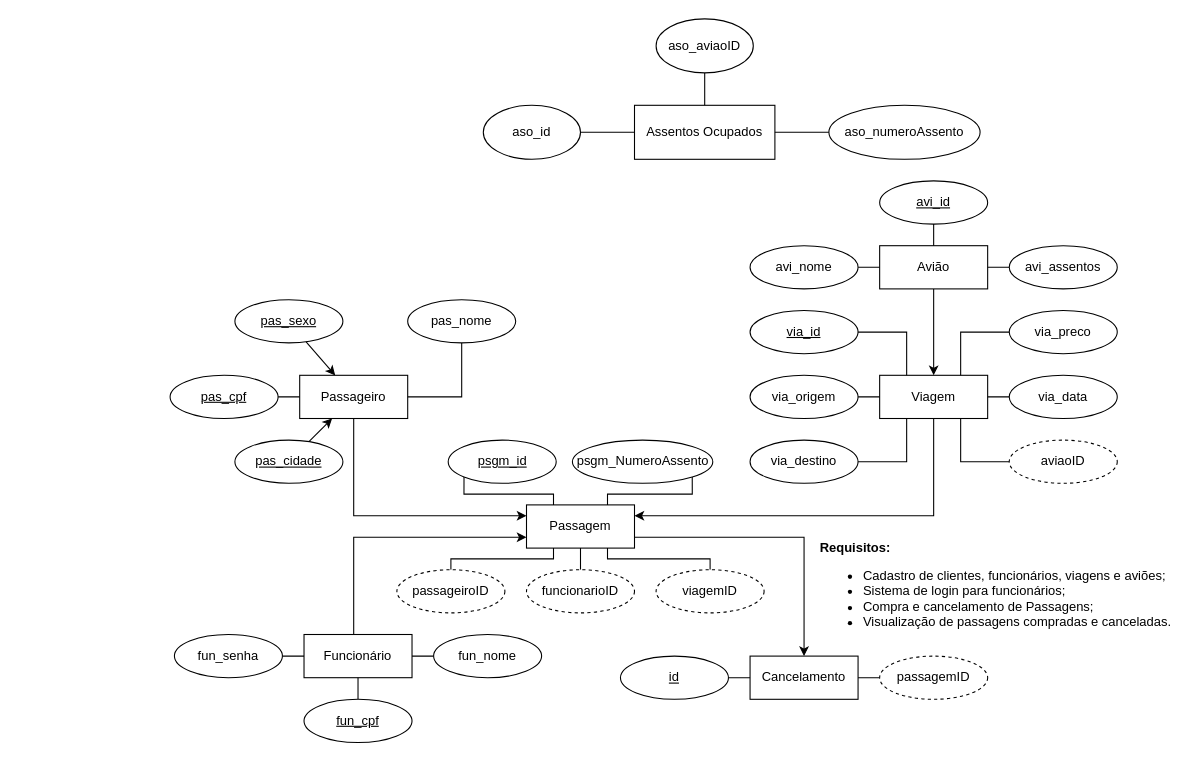
luan-adao/AeroDev01 keeps this draw.io diagram as Documentos/AeroDevDiagrama-v02(2).drawio. Above is the earlier version. Source tidied: cells renumbered, new cells numbered last; positions are measured from the earlier drawing's top-left corner, leaving out a move shared by most shapes. Both pictures are drawn from the tidied source at 108%, with x=0, y=0 at pixel (170, 18).
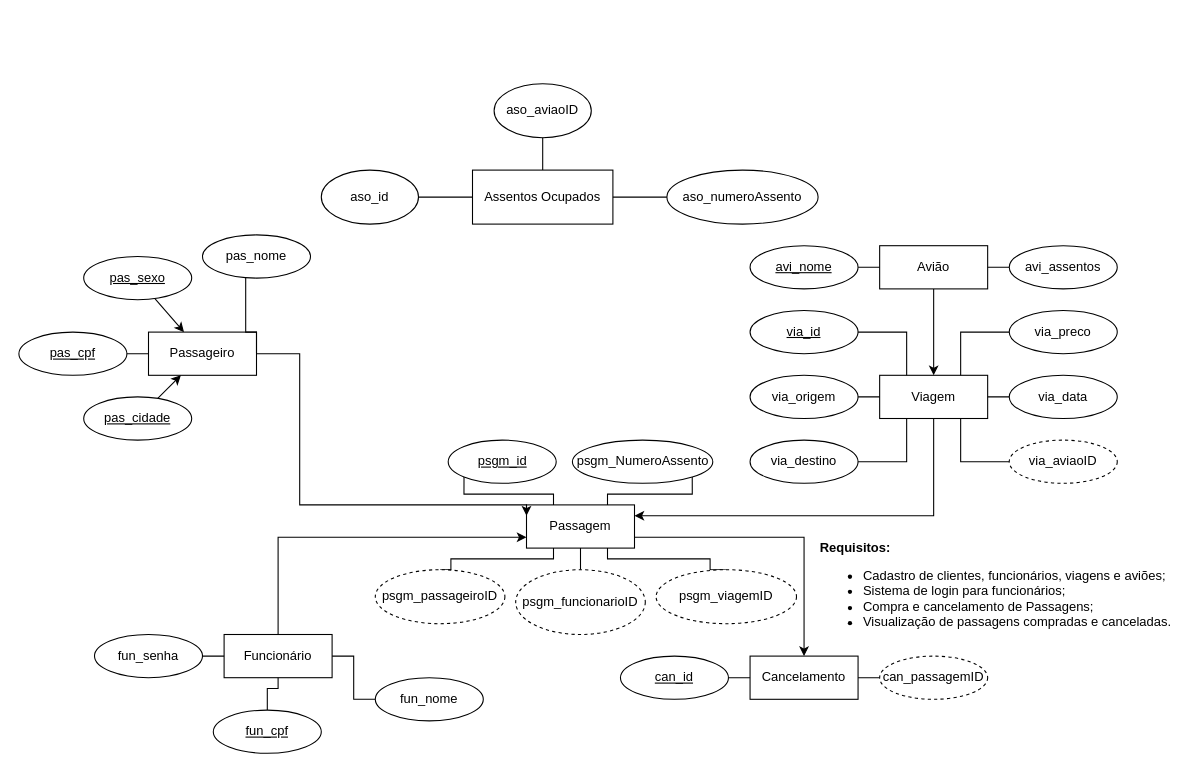
The same diagram, later.

Unchanged cells that the change refers to:
```xml
<mxCell id="3" value="Passagem" style="whiteSpace=wrap;html=1;align=center;" parent="1" vertex="1">
  <mxGeometry x="330" y="450" width="100" height="40" as="geometry" />
</mxCell>
<mxCell id="11" value="Avião" style="whiteSpace=wrap;html=1;align=center;" parent="1" vertex="1">
  <mxGeometry x="657" y="210" width="100" height="40" as="geometry" />
</mxCell>
```

The edit, as a diff of the source:
```diff
@@
     <mxCell id="4" style="edgeStyle=orthogonalEdgeStyle;rounded=0;jettySize=auto;html=1;entryX=0;entryY=0.75;entryDx=0;entryDy=0;endArrow=classic;endFill=1;" parent="1" edge="1" source="5" target="3">
       <mxGeometry relative="1" as="geometry">
         <Array as="points">
-          <mxPoint x="170" y="480" />
+          <mxPoint x="100" y="480" />
         </Array>
       </mxGeometry>
     </mxCell>
     <mxCell id="5" value="Funcionário" style="whiteSpace=wrap;html=1;align=center;" parent="1" vertex="1">
-      <mxGeometry x="124" y="570" width="100" height="40" as="geometry" />
+      <mxGeometry x="50" y="570" width="100" height="40" as="geometry" />
     </mxCell>
     <mxCell id="6" style="edgeStyle=orthogonalEdgeStyle;rounded=0;jettySize=auto;html=1;entryX=0;entryY=0.25;entryDx=0;entryDy=0;endArrow=classic;endFill=1;" parent="1" edge="1" source="7" target="3">
       <mxGeometry relative="1" as="geometry">
         <Array as="points">
-          <mxPoint x="170" y="460" />
+          <mxPoint x="120" y="310" />
+          <mxPoint x="120" y="450" />
+          <mxPoint x="330" y="450" />
         </Array>
       </mxGeometry>
     </mxCell>
     <mxCell id="7" value="Passageiro" style="whiteSpace=wrap;html=1;align=center;" parent="1" vertex="1">
-      <mxGeometry x="120" y="330" width="100" height="40" as="geometry" />
+      <mxGeometry x="-20" y="290" width="100" height="40" as="geometry" />
     </mxCell>
@@
-    <mxCell id="12" style="edgeStyle=orthogonalEdgeStyle;rounded=0;jettySize=auto;html=1;entryX=0.5;entryY=0;entryDx=0;entryDy=0;endArrow=none;endFill=0;" parent="1" edge="1" source="13" target="11">
-      <mxGeometry relative="1" as="geometry" />
-    </mxCell>
-    <mxCell id="13" value="avi_id" style="ellipse;whiteSpace=wrap;html=1;align=center;fontStyle=4;" parent="1" vertex="1">
-      <mxGeometry x="657" y="150" width="100" height="40" as="geometry" />
-    </mxCell>
@@
-    <mxCell id="17" value="avi_nome" style="ellipse;whiteSpace=wrap;html=1;align=center;" parent="1" vertex="1">
+    <mxCell id="17" value="&lt;u&gt;avi_nome&lt;/u&gt;" style="ellipse;whiteSpace=wrap;html=1;align=center;" parent="1" vertex="1">
       <mxGeometry x="537" y="210" width="100" height="40" as="geometry" />
     </mxCell>
@@
-    <mxCell id="21" value="aviaoID" style="ellipse;whiteSpace=wrap;html=1;align=center;dashed=1;" parent="1" vertex="1">
+    <mxCell id="21" value="via_aviaoID" style="ellipse;whiteSpace=wrap;html=1;align=center;dashed=1;" parent="1" vertex="1">
       <mxGeometry x="777" y="390" width="100" height="40" as="geometry" />
     </mxCell>
@@
     <mxCell id="31" value="pas_cpf" style="ellipse;whiteSpace=wrap;html=1;align=center;fontStyle=4;" parent="1" vertex="1">
-      <mxGeometry y="330" width="100" height="40" as="geometry" />
+      <mxGeometry x="-140" y="290" width="100" height="40" as="geometry" />
     </mxCell>
     <mxCell id="32" style="edgeStyle=orthogonalEdgeStyle;rounded=0;jettySize=auto;html=1;entryX=1;entryY=0.5;entryDx=0;entryDy=0;endArrow=none;endFill=0;" parent="1" edge="1" source="33" target="7">
-      <mxGeometry relative="1" as="geometry" />
+      <mxGeometry relative="1" as="geometry">
+        <Array as="points">
+          <mxPoint x="70" y="290" />
+          <mxPoint x="80" y="290" />
+        </Array>
+      </mxGeometry>
     </mxCell>
     <mxCell id="33" value="pas_nome" style="ellipse;whiteSpace=wrap;html=1;align=center;" parent="1" vertex="1">
-      <mxGeometry x="220" y="260" width="100" height="40" as="geometry" />
+      <mxGeometry x="30" y="200" width="100" height="40" as="geometry" />
     </mxCell>
@@
     <mxCell id="35" value="fun_cpf" style="ellipse;whiteSpace=wrap;html=1;align=center;fontStyle=4;" parent="1" vertex="1">
-      <mxGeometry x="124" y="630" width="100" height="40" as="geometry" />
+      <mxGeometry x="40" y="640" width="100" height="40" as="geometry" />
     </mxCell>
@@
     <mxCell id="37" value="fun_nome" style="ellipse;whiteSpace=wrap;html=1;align=center;" parent="1" vertex="1">
-      <mxGeometry x="244" y="570" width="100" height="40" as="geometry" />
+      <mxGeometry x="190" y="610" width="100" height="40" as="geometry" />
     </mxCell>
@@
     <mxCell id="39" value="fun_senha" style="ellipse;whiteSpace=wrap;html=1;align=center;" parent="1" vertex="1">
-      <mxGeometry x="4" y="570" width="100" height="40" as="geometry" />
+      <mxGeometry x="-70" y="570" width="100" height="40" as="geometry" />
     </mxCell>
@@
-    <mxCell id="44" value="passageiroID" style="ellipse;whiteSpace=wrap;html=1;align=center;dashed=1;" parent="1" vertex="1">
-      <mxGeometry x="210" y="510" width="100" height="40" as="geometry" />
+    <mxCell id="44" value="psgm_passageiroID" style="ellipse;whiteSpace=wrap;html=1;align=center;dashed=1;" parent="1" vertex="1">
+      <mxGeometry x="190" y="510" width="120" height="50" as="geometry" />
     </mxCell>
@@
-    <mxCell id="46" value="funcionarioID" style="ellipse;whiteSpace=wrap;html=1;align=center;dashed=1;" parent="1" vertex="1">
-      <mxGeometry x="330" y="510" width="100" height="40" as="geometry" />
+    <mxCell id="46" value="psgm_funcionarioID" style="ellipse;whiteSpace=wrap;html=1;align=center;dashed=1;" parent="1" vertex="1">
+      <mxGeometry x="320" y="510" width="120" height="60" as="geometry" />
     </mxCell>
@@
-    <mxCell id="48" value="viagemID" style="ellipse;whiteSpace=wrap;html=1;align=center;dashed=1;" parent="1" vertex="1">
-      <mxGeometry x="450" y="510" width="100" height="40" as="geometry" />
+    <mxCell id="48" value="psgm_viagemID" style="ellipse;whiteSpace=wrap;html=1;align=center;dashed=1;" parent="1" vertex="1">
+      <mxGeometry x="450" y="510" width="130" height="50" as="geometry" />
     </mxCell>
@@
-    <mxCell id="52" value="id" style="ellipse;whiteSpace=wrap;html=1;align=center;fontStyle=4;" parent="1" vertex="1">
+    <mxCell id="52" value="can_id" style="ellipse;whiteSpace=wrap;html=1;align=center;fontStyle=4;" parent="1" vertex="1">
       <mxGeometry x="417" y="590" width="100" height="40" as="geometry" />
     </mxCell>
@@
-    <mxCell id="54" value="passagemID" style="ellipse;whiteSpace=wrap;html=1;align=center;dashed=1;" parent="1" vertex="1">
+    <mxCell id="54" value="can_passagemID" style="ellipse;whiteSpace=wrap;html=1;align=center;dashed=1;" parent="1" vertex="1">
       <mxGeometry x="657" y="590" width="100" height="40" as="geometry" />
     </mxCell>
@@
     <mxCell id="56" value="&lt;div&gt;pas_sexo&lt;/div&gt;" style="ellipse;whiteSpace=wrap;html=1;align=center;fontStyle=4;" parent="1" vertex="1">
-      <mxGeometry x="60" y="260" width="100" height="40" as="geometry" />
+      <mxGeometry x="-80" y="220" width="100" height="40" as="geometry" />
     </mxCell>
@@
     <mxCell id="58" value="&lt;div&gt;pas_cidade&lt;/div&gt;" style="ellipse;whiteSpace=wrap;html=1;align=center;fontStyle=4;" parent="1" vertex="1">
-      <mxGeometry x="60" y="390" width="100" height="40" as="geometry" />
+      <mxGeometry x="-80" y="350" width="100" height="40" as="geometry" />
     </mxCell>
@@
     <mxCell id="60" value="aso_id" style="ellipse;whiteSpace=wrap;html=1;" parent="1" vertex="1">
-      <mxGeometry x="290" y="80" width="90" height="50" as="geometry" />
+      <mxGeometry x="140" y="140" width="90" height="50" as="geometry" />
     </mxCell>
     <mxCell id="61" value="Assentos Ocupados" style="rounded=0;whiteSpace=wrap;html=1;" parent="1" vertex="1">
-      <mxGeometry x="430" y="80" width="130" height="50" as="geometry" />
+      <mxGeometry x="280" y="140" width="130" height="50" as="geometry" />
     </mxCell>
     <mxCell id="62" value="aso_aviaoID" style="ellipse;whiteSpace=wrap;html=1;" parent="1" vertex="1">
-      <mxGeometry x="450" width="90" height="50" as="geometry" />
+      <mxGeometry x="300" y="60" width="90" height="50" as="geometry" />
     </mxCell>
     <mxCell id="63" value="aso_numeroAssento" style="ellipse;whiteSpace=wrap;html=1;" parent="1" vertex="1">
-      <mxGeometry x="610" y="80" width="140" height="50" as="geometry" />
+      <mxGeometry x="460" y="140" width="140" height="50" as="geometry" />
     </mxCell>
```
